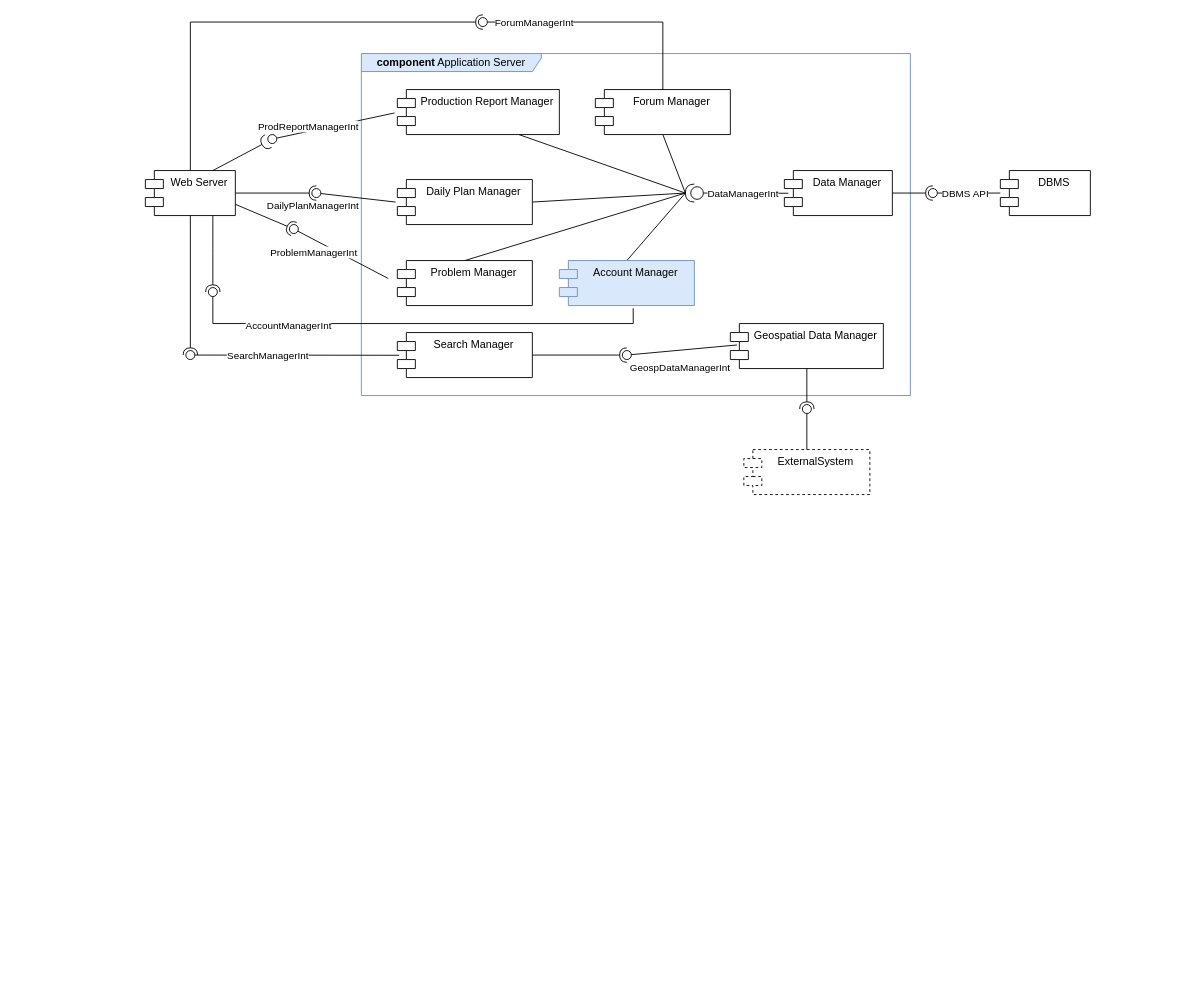
Earlier version of the draw.io diagram page "Application Server" (2 of 3) of DD/diagrams/component.drawio (ictar/DREAM-SE2-Project-2022). Source tidied: cells renumbered, new cells numbered last; positions are measured from the earlier drawing's top-left corner, leaving out a move shared by most shapes. Both pictures are drawn from the tidied source at 90%, with x=0, y=0 at pixel (145, 17).
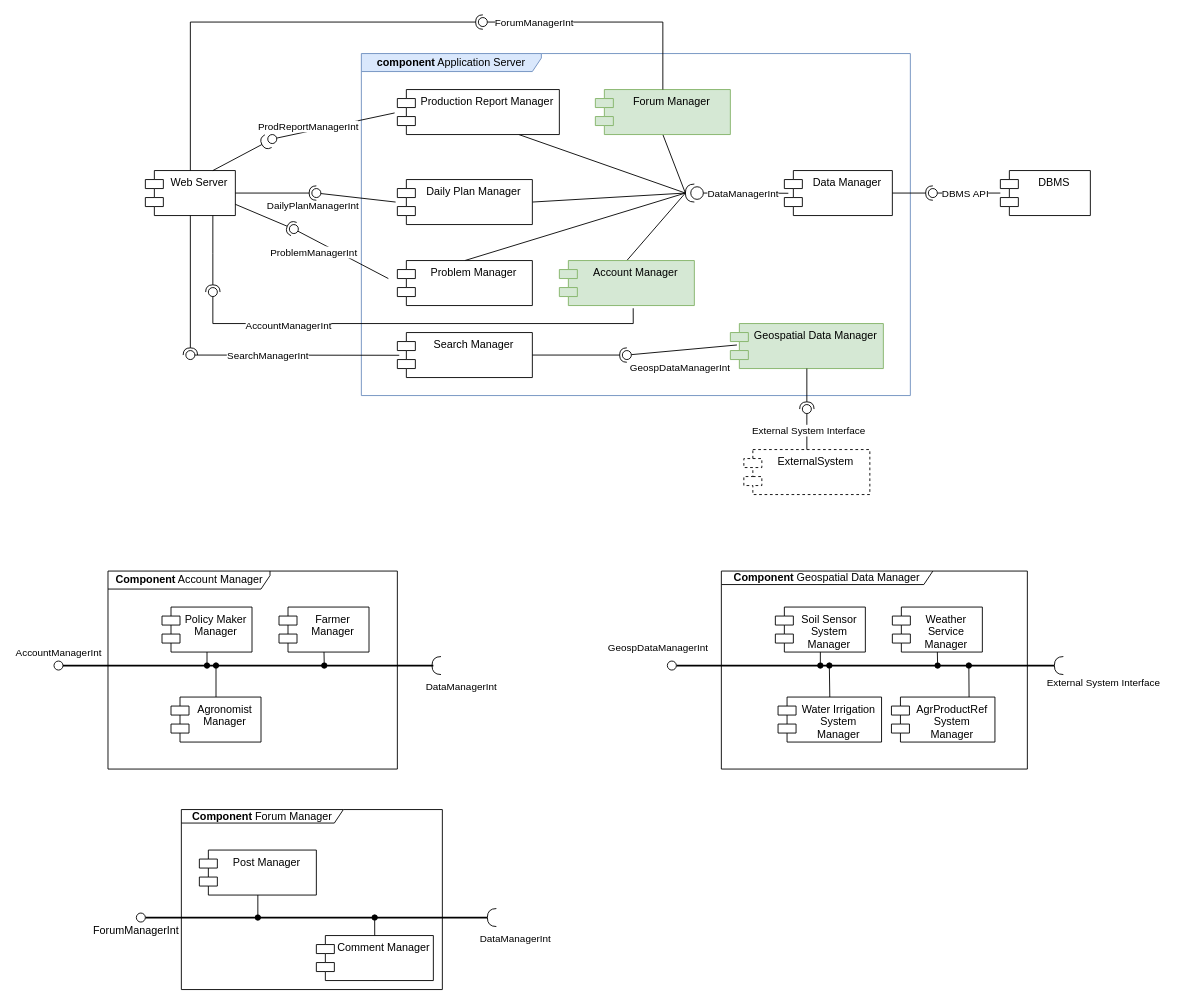
The same diagram, later.

Commit message:
update component diagrams

The change refers to these unchanged cells:
```xml
<mxCell id="54" style="rounded=0;jettySize=auto;html=1;endArrow=none;endFill=0;sketch=0;sourcePerimeterSpacing=0;targetPerimeterSpacing=0;fontColor=#000000;exitX=0.5;exitY=0;exitDx=0;exitDy=0;" parent="1" edge="1" source="41" target="56">
  <mxGeometry relative="1" as="geometry" />
</mxCell>
```

What changed in the source:
```diff
@@
+    <mxCell id="57" value="&lt;b&gt;Component&lt;/b&gt; Forum Manager" style="shape=umlFrame;whiteSpace=wrap;html=1;fontColor=#000000;strokeColor=default;width=180;height=15;" parent="1" vertex="1">
+      <mxGeometry x="40" y="880" width="290" height="200" as="geometry" />
+    </mxCell>
@@
-    <mxCell id="9" value="Account Manager" style="shape=module;align=left;spacingLeft=20;align=center;verticalAlign=top;strokeColor=#6c8ebf;fillColor=#dae8fc;" parent="1" vertex="1">
+    <mxCell id="9" value="Account Manager" style="shape=module;align=left;spacingLeft=20;align=center;verticalAlign=top;strokeColor=#82b366;fillColor=#d5e8d4;" parent="1" vertex="1">
       <mxGeometry x="460" y="270" width="150" height="50" as="geometry" />
     </mxCell>
@@
-    <mxCell id="16" value="Geospatial Data Manager" style="shape=module;align=left;spacingLeft=20;align=center;verticalAlign=top;fontColor=#000000;strokeColor=default;" parent="1" vertex="1">
+    <mxCell id="16" value="Geospatial Data Manager" style="shape=module;align=left;spacingLeft=20;align=center;verticalAlign=top;strokeColor=#82b366;fillColor=#d5e8d4;" parent="1" vertex="1">
       <mxGeometry x="650" y="340" width="170" height="50" as="geometry" />
     </mxCell>
@@
-    <mxCell id="18" value="Forum Manager" style="shape=module;align=left;spacingLeft=20;align=center;verticalAlign=top;fontColor=#000000;strokeColor=default;" parent="1" vertex="1">
+    <mxCell id="18" value="Forum Manager" style="shape=module;align=left;spacingLeft=20;align=center;verticalAlign=top;strokeColor=#82b366;fillColor=#d5e8d4;" parent="1" vertex="1">
       <mxGeometry x="500" y="80" width="150" height="50" as="geometry" />
     </mxCell>
@@
+    <mxCell id="58" value="External System Interface" style="edgeLabel;html=1;align=center;verticalAlign=middle;fontColor=#000000;" parent="54" vertex="1">
+      <mxGeometry x="0.08" y="-1" relative="1" as="geometry" />
+    </mxCell>
@@
+    <mxCell id="59" value="&lt;b&gt;Component&lt;/b&gt; Account Manager" style="shape=umlFrame;whiteSpace=wrap;html=1;fontColor=#000000;strokeColor=default;width=180;height=20;" parent="1" vertex="1">
+      <mxGeometry x="-41.5" y="615" width="321.5" height="220" as="geometry" />
+    </mxCell>
+    <mxCell id="60" style="edgeStyle=none;rounded=0;jettySize=auto;html=1;exitX=0.5;exitY=1;exitDx=0;exitDy=0;fontColor=#000000;endArrow=oval;endFill=1;" parent="1" edge="1" source="61">
+      <mxGeometry relative="1" as="geometry">
+        <mxPoint x="68.5" y="720" as="targetPoint" />
+      </mxGeometry>
+    </mxCell>
+    <mxCell id="61" value="Policy Maker&#10;Manager" style="shape=module;align=left;spacingLeft=20;align=center;verticalAlign=top;fontColor=#000000;strokeColor=default;" parent="1" vertex="1">
+      <mxGeometry x="18.5" y="655" width="100" height="50" as="geometry" />
+    </mxCell>
+    <mxCell id="62" style="edgeStyle=none;rounded=0;jettySize=auto;html=1;exitX=0.5;exitY=1;exitDx=0;exitDy=0;fontColor=#000000;endArrow=oval;endFill=1;strokeWidth=1;" parent="1" edge="1" source="63">
+      <mxGeometry relative="1" as="geometry">
+        <mxPoint x="198.8" y="720" as="targetPoint" />
+      </mxGeometry>
+    </mxCell>
+    <mxCell id="63" value="Farmer&#10;Manager" style="shape=module;align=left;spacingLeft=20;align=center;verticalAlign=top;fontColor=#000000;strokeColor=default;" parent="1" vertex="1">
+      <mxGeometry x="148.5" y="655" width="100" height="50" as="geometry" />
+    </mxCell>
+    <mxCell id="64" style="edgeStyle=none;rounded=0;jettySize=auto;html=1;exitX=0.5;exitY=0;exitDx=0;exitDy=0;fontColor=#000000;endArrow=oval;endFill=1;" parent="1" edge="1" source="65">
+      <mxGeometry relative="1" as="geometry">
+        <mxPoint x="78.5" y="720" as="targetPoint" />
+      </mxGeometry>
+    </mxCell>
+    <mxCell id="65" value="Agronomist&#10;Manager" style="shape=module;align=left;spacingLeft=20;align=center;verticalAlign=top;fontColor=#000000;strokeColor=default;" parent="1" vertex="1">
+      <mxGeometry x="28.5" y="755" width="100" height="50" as="geometry" />
+    </mxCell>
+    <mxCell id="66" style="rounded=0;jettySize=auto;html=1;endArrow=none;endFill=0;sketch=0;targetPerimeterSpacing=0;fontColor=#000000;strokeWidth=2;startArrow=none;" parent="1" edge="1" target="67">
+      <mxGeometry relative="1" as="geometry">
+        <mxPoint x="320" y="720" as="sourcePoint" />
+      </mxGeometry>
+    </mxCell>
+    <mxCell id="67" style="ellipse;whiteSpace=wrap;html=1;align=center;points=[];outlineConnect=0;sketch=0;fontColor=#000000;strokeColor=default;" parent="1" vertex="1">
+      <mxGeometry x="-101.5" y="715" width="10" height="10" as="geometry" />
+    </mxCell>
+    <mxCell id="68" value="&lt;span style=&quot;font-size: 11px ; background-color: rgb(255 , 255 , 255)&quot;&gt;AccountManagerInt&lt;/span&gt;" style="text;html=1;strokeColor=none;fillColor=none;align=center;verticalAlign=middle;whiteSpace=wrap;rounded=0;fontColor=#000000;" parent="1" vertex="1">
+      <mxGeometry x="-126.5" y="691" width="60" height="30" as="geometry" />
+    </mxCell>
+    <mxCell id="69" value="&lt;span style=&quot;color: rgb(0, 0, 0); font-family: helvetica; font-size: 11px; font-style: normal; font-weight: 400; letter-spacing: normal; text-align: center; text-indent: 0px; text-transform: none; word-spacing: 0px; background-color: rgb(255, 255, 255); display: inline; float: none;&quot;&gt;DataManagerInt&lt;/span&gt;" style="text;whiteSpace=wrap;html=1;fontColor=#000000;" parent="1" vertex="1">
+      <mxGeometry x="310" y="730" width="100" height="30" as="geometry" />
+    </mxCell>
+    <mxCell id="70" style="edgeStyle=none;rounded=0;jettySize=auto;html=1;exitX=0.5;exitY=1;exitDx=0;exitDy=0;fontColor=#000000;endArrow=oval;endFill=1;strokeWidth=1;" parent="1" edge="1" source="71">
+      <mxGeometry relative="1" as="geometry">
+        <mxPoint x="125" y="1000" as="targetPoint" />
+      </mxGeometry>
+    </mxCell>
+    <mxCell id="71" value="Post Manager" style="shape=module;align=left;spacingLeft=20;align=center;verticalAlign=top;fontColor=#000000;strokeColor=default;" parent="1" vertex="1">
+      <mxGeometry x="60" y="925" width="130" height="50" as="geometry" />
+    </mxCell>
+    <mxCell id="72" style="edgeStyle=none;rounded=0;jettySize=auto;html=1;exitX=0.5;exitY=1;exitDx=0;exitDy=0;fontColor=#000000;endArrow=oval;endFill=1;strokeWidth=1;" parent="1" edge="1" source="73">
+      <mxGeometry relative="1" as="geometry">
+        <mxPoint x="254.8" y="1000" as="targetPoint" />
+      </mxGeometry>
+    </mxCell>
+    <mxCell id="73" value="Comment Manager" style="shape=module;align=left;spacingLeft=20;align=center;verticalAlign=top;fontColor=#000000;strokeColor=default;" parent="1" vertex="1">
+      <mxGeometry x="190" y="1020" width="130" height="50" as="geometry" />
+    </mxCell>
+    <mxCell id="74" style="rounded=0;jettySize=auto;html=1;endArrow=none;endFill=0;sketch=0;targetPerimeterSpacing=0;fontColor=#000000;strokeWidth=2;startArrow=none;" parent="1" edge="1" source="75">
+      <mxGeometry relative="1" as="geometry">
+        <mxPoint y="1000" as="targetPoint" />
+      </mxGeometry>
+    </mxCell>
+    <mxCell id="75" style="shape=requiredInterface;html=1;verticalLabelPosition=bottom;sketch=0;fontColor=#000000;strokeColor=default;rotation=-180;" parent="1" vertex="1">
+      <mxGeometry x="380" y="990" width="10" height="20" as="geometry" />
+    </mxCell>
+    <mxCell id="76" style="rounded=0;jettySize=auto;html=1;endArrow=none;endFill=0;sketch=0;sourcePerimeterSpacing=0;fontColor=#000000;strokeWidth=2;" parent="1" edge="1" target="75">
+      <mxGeometry relative="1" as="geometry">
+        <mxPoint x="380" y="1000" as="sourcePoint" />
+      </mxGeometry>
+    </mxCell>
+    <mxCell id="77" value="&lt;span style=&quot;color: rgb(0, 0, 0); font-family: helvetica; font-size: 11px; font-style: normal; font-weight: 400; letter-spacing: normal; text-align: center; text-indent: 0px; text-transform: none; word-spacing: 0px; background-color: rgb(255, 255, 255); display: inline; float: none;&quot;&gt;DataManagerInt&lt;/span&gt;" style="text;whiteSpace=wrap;html=1;fontColor=#000000;" parent="1" vertex="1">
+      <mxGeometry x="370" y="1010" width="100" height="30" as="geometry" />
+    </mxCell>
+    <mxCell id="78" style="ellipse;whiteSpace=wrap;html=1;align=center;sketch=0;fontColor=#000000;strokeColor=default;" parent="1" vertex="1">
+      <mxGeometry x="-10" y="995" width="10" height="10" as="geometry" />
+    </mxCell>
+    <mxCell id="79" value="ForumManagerInt" style="text;html=1;strokeColor=none;fillColor=none;align=center;verticalAlign=middle;whiteSpace=wrap;rounded=0;fontColor=#000000;" parent="1" vertex="1">
+      <mxGeometry x="-40" y="1000" width="60" height="30" as="geometry" />
+    </mxCell>
+    <mxCell id="80" value="&lt;b&gt;Component&lt;/b&gt;&amp;nbsp;&lt;span&gt;Geospatial Data Manager&lt;/span&gt;" style="shape=umlFrame;whiteSpace=wrap;html=1;fontColor=#000000;strokeColor=default;width=235;height=15;" parent="1" vertex="1">
+      <mxGeometry x="640" y="615" width="340" height="220" as="geometry" />
+    </mxCell>
+    <mxCell id="81" style="edgeStyle=none;rounded=0;jettySize=auto;html=1;exitX=0.5;exitY=1;exitDx=0;exitDy=0;fontColor=#000000;endArrow=oval;endFill=1;" parent="1" edge="1" source="82">
+      <mxGeometry relative="1" as="geometry">
+        <mxPoint x="750" y="720" as="targetPoint" />
+      </mxGeometry>
+    </mxCell>
+    <mxCell id="82" value="Soil Sensor&#10;System&#10;Manager" style="shape=module;align=left;spacingLeft=20;align=center;verticalAlign=top;fontColor=#000000;strokeColor=default;" parent="1" vertex="1">
+      <mxGeometry x="700" y="655" width="100" height="50" as="geometry" />
+    </mxCell>
+    <mxCell id="83" style="edgeStyle=none;rounded=0;jettySize=auto;html=1;exitX=0.5;exitY=1;exitDx=0;exitDy=0;fontColor=#000000;endArrow=oval;endFill=1;strokeWidth=1;" parent="1" edge="1" source="84">
+      <mxGeometry relative="1" as="geometry">
+        <mxPoint x="880.3" y="720" as="targetPoint" />
+      </mxGeometry>
+    </mxCell>
+    <mxCell id="84" value="Weather&#10;Service&#10;Manager" style="shape=module;align=left;spacingLeft=20;align=center;verticalAlign=top;fontColor=#000000;strokeColor=default;" parent="1" vertex="1">
+      <mxGeometry x="830" y="655" width="100" height="50" as="geometry" />
+    </mxCell>
+    <mxCell id="85" style="edgeStyle=none;rounded=0;jettySize=auto;html=1;exitX=0.5;exitY=0;exitDx=0;exitDy=0;fontColor=#000000;endArrow=oval;endFill=1;" parent="1" edge="1" source="86">
+      <mxGeometry relative="1" as="geometry">
+        <mxPoint x="760" y="720" as="targetPoint" />
+      </mxGeometry>
+    </mxCell>
+    <mxCell id="86" value="Water Irrigation&#10;System&#10;Manager" style="shape=module;align=left;spacingLeft=20;align=center;verticalAlign=top;fontColor=#000000;strokeColor=default;" parent="1" vertex="1">
+      <mxGeometry x="703" y="755" width="115" height="50" as="geometry" />
+    </mxCell>
+    <mxCell id="87" style="edgeStyle=none;rounded=0;jettySize=auto;html=1;exitX=0.75;exitY=0;exitDx=0;exitDy=0;fontColor=#000000;endArrow=oval;endFill=1;strokeWidth=1;" parent="1" edge="1" source="88">
+      <mxGeometry relative="1" as="geometry">
+        <mxPoint x="915" y="720" as="targetPoint" />
+      </mxGeometry>
+    </mxCell>
+    <mxCell id="88" value="AgrProductRef&#10;System&#10;Manager" style="shape=module;align=left;spacingLeft=20;align=center;verticalAlign=top;fontColor=#000000;strokeColor=default;" parent="1" vertex="1">
+      <mxGeometry x="829" y="755" width="115" height="50" as="geometry" />
+    </mxCell>
+    <mxCell id="89" style="rounded=0;jettySize=auto;html=1;endArrow=none;endFill=0;sketch=0;sourcePerimeterSpacing=0;targetPerimeterSpacing=0;fontColor=#000000;strokeWidth=2;" parent="1" edge="1" target="90">
+      <mxGeometry relative="1" as="geometry">
+        <mxPoint x="1010" y="720" as="sourcePoint" />
+      </mxGeometry>
+    </mxCell>
+    <mxCell id="90" style="ellipse;whiteSpace=wrap;html=1;align=center;points=[];outlineConnect=0;sketch=0;fontColor=#000000;strokeColor=default;" parent="1" vertex="1">
+      <mxGeometry x="580" y="715" width="10" height="10" as="geometry" />
+    </mxCell>
+    <mxCell id="91" value="&lt;span style=&quot;font-size: 11px ; background-color: rgb(255 , 255 , 255)&quot;&gt;GeospDataManagerInt&lt;/span&gt;" style="text;html=1;strokeColor=none;fillColor=none;align=center;verticalAlign=middle;whiteSpace=wrap;rounded=0;fontColor=#000000;" parent="1" vertex="1">
+      <mxGeometry x="540" y="685" width="60" height="30" as="geometry" />
+    </mxCell>
+    <mxCell id="92" style="shape=requiredInterface;html=1;verticalLabelPosition=bottom;sketch=0;fontColor=#000000;strokeColor=default;rotation=-180;" parent="1" vertex="1">
+      <mxGeometry x="1010" y="710" width="10" height="20" as="geometry" />
+    </mxCell>
+    <mxCell id="93" value="&lt;span style=&quot;font-size: 11px ; text-align: center ; background-color: rgb(255 , 255 , 255)&quot;&gt;External System Interface&lt;/span&gt;" style="text;whiteSpace=wrap;html=1;fontColor=#000000;" parent="1" vertex="1">
+      <mxGeometry x="1000" y="725" width="145" height="30" as="geometry" />
+    </mxCell>
+    <mxCell id="94" style="shape=requiredInterface;html=1;verticalLabelPosition=bottom;sketch=0;fontColor=#000000;strokeColor=default;rotation=-180;" parent="1" vertex="1">
+      <mxGeometry x="318.5" y="710" width="10" height="20" as="geometry" />
+    </mxCell>
+    <mxCell id="95" style="rounded=0;jettySize=auto;html=1;endArrow=none;endFill=0;sketch=0;sourcePerimeterSpacing=0;fontColor=#000000;strokeWidth=2;" parent="1" edge="1" target="94">
+      <mxGeometry relative="1" as="geometry">
+        <mxPoint x="318.5" y="720" as="sourcePoint" />
+      </mxGeometry>
+    </mxCell>
```
